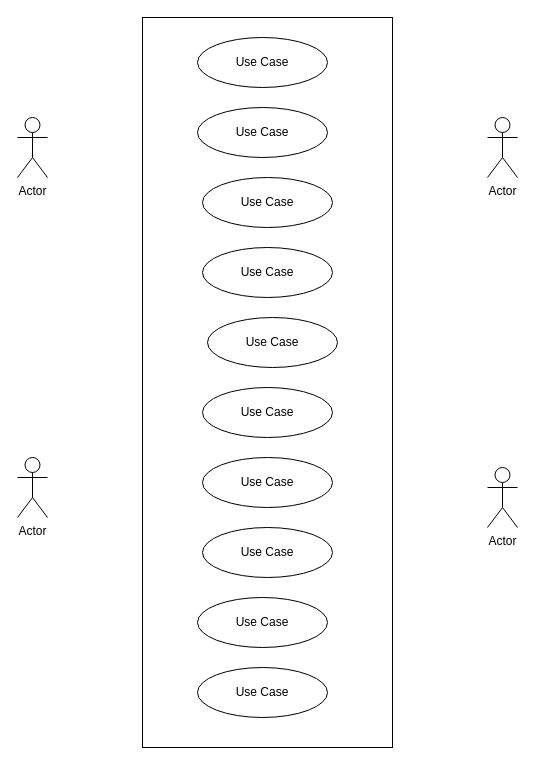
This is usecase_food_ordering.drawio from sanjaykumardk/drawio, a draw.io file, before an edit. Source tidied: cells renumbered, new cells numbered last; positions are measured from the earlier drawing's top-left corner, leaving out a move shared by most shapes. Both pictures are drawn from the tidied source at 100%, with x=0, y=0 at pixel (17, 17).
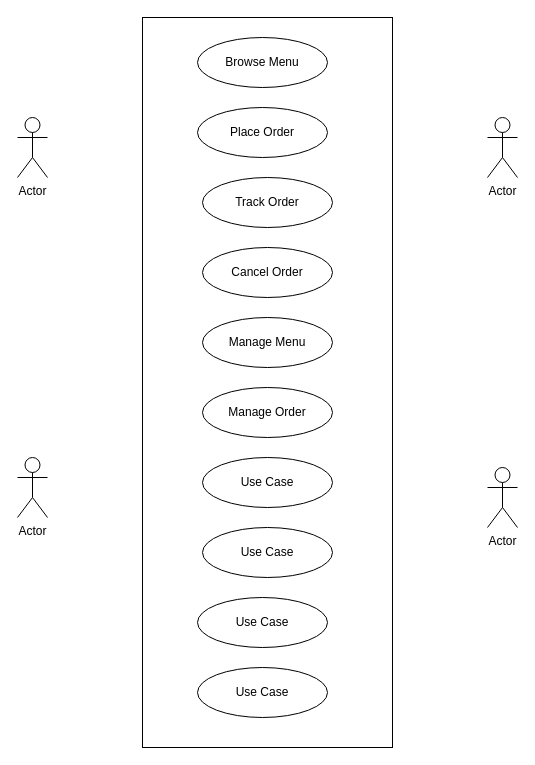
The same diagram, later.

Change to the diagram source:
```diff
@@
 <mxGraphModel>
   <root>
     <mxCell id="0" />
     <mxCell id="1" parent="0" />
     <mxCell id="2" value="Actor" style="shape=umlActor;verticalLabelPosition=bottom;verticalAlign=top;html=1;" parent="1" vertex="1">
       <mxGeometry y="100" width="30" height="60" as="geometry" />
     </mxCell>
     <mxCell id="3" value="Actor" style="shape=umlActor;verticalLabelPosition=bottom;verticalAlign=top;html=1;" parent="1" vertex="1">
       <mxGeometry y="440" width="30" height="60" as="geometry" />
     </mxCell>
     <mxCell id="4" value="Actor" style="shape=umlActor;verticalLabelPosition=bottom;verticalAlign=top;html=1;" parent="1" vertex="1">
       <mxGeometry x="470" y="100" width="30" height="60" as="geometry" />
     </mxCell>
     <mxCell id="5" value="Actor" style="shape=umlActor;verticalLabelPosition=bottom;verticalAlign=top;html=1;" parent="1" vertex="1">
       <mxGeometry x="470" y="450" width="30" height="60" as="geometry" />
     </mxCell>
     <mxCell id="6" style="rounded=0;whiteSpace=wrap;html=1;" parent="1" vertex="1">
       <mxGeometry x="125" width="250" height="730" as="geometry" />
     </mxCell>
-    <mxCell id="7" value="Use Case" style="ellipse;whiteSpace=wrap;html=1;" parent="1" vertex="1">
+    <mxCell id="7" value="Track Order" style="ellipse;whiteSpace=wrap;html=1;" parent="1" vertex="1">
       <mxGeometry x="185" y="160" width="130" height="50" as="geometry" />
     </mxCell>
-    <mxCell id="8" value="Use Case" style="ellipse;whiteSpace=wrap;html=1;" parent="1" vertex="1">
+    <mxCell id="8" value="Cancel Order" style="ellipse;whiteSpace=wrap;html=1;" parent="1" vertex="1">
       <mxGeometry x="185" y="230" width="130" height="50" as="geometry" />
     </mxCell>
-    <mxCell id="9" value="Use Case" style="ellipse;whiteSpace=wrap;html=1;" parent="1" vertex="1">
-      <mxGeometry x="190" y="300" width="130" height="50" as="geometry" />
+    <mxCell id="9" value="Manage Menu" style="ellipse;whiteSpace=wrap;html=1;" parent="1" vertex="1">
+      <mxGeometry x="185" y="300" width="130" height="50" as="geometry" />
     </mxCell>
-    <mxCell id="10" value="Use Case" style="ellipse;whiteSpace=wrap;html=1;" parent="1" vertex="1">
+    <mxCell id="10" value="Manage Order" style="ellipse;whiteSpace=wrap;html=1;" parent="1" vertex="1">
       <mxGeometry x="185" y="370" width="130" height="50" as="geometry" />
     </mxCell>
     <mxCell id="11" value="Use Case" style="ellipse;whiteSpace=wrap;html=1;" parent="1" vertex="1">
       <mxGeometry x="185" y="440" width="130" height="50" as="geometry" />
     </mxCell>
     <mxCell id="12" value="Use Case" style="ellipse;whiteSpace=wrap;html=1;" parent="1" vertex="1">
       <mxGeometry x="185" y="510" width="130" height="50" as="geometry" />
     </mxCell>
-    <mxCell id="13" value="Use Case" style="ellipse;whiteSpace=wrap;html=1;" parent="1" vertex="1">
+    <mxCell id="13" value="Place Order" style="ellipse;whiteSpace=wrap;html=1;" parent="1" vertex="1">
       <mxGeometry x="180" y="90" width="130" height="50" as="geometry" />
     </mxCell>
-    <mxCell id="14" value="Use Case" style="ellipse;whiteSpace=wrap;html=1;" parent="1" vertex="1">
+    <mxCell id="14" value="Browse Menu" style="ellipse;whiteSpace=wrap;html=1;" parent="1" vertex="1">
       <mxGeometry x="180" y="20" width="130" height="50" as="geometry" />
     </mxCell>
     <mxCell id="15" value="Use Case" style="ellipse;whiteSpace=wrap;html=1;" parent="1" vertex="1">
       <mxGeometry x="180" y="580" width="130" height="50" as="geometry" />
     </mxCell>
     <mxCell id="16" value="Use Case" style="ellipse;whiteSpace=wrap;html=1;" parent="1" vertex="1">
       <mxGeometry x="180" y="650" width="130" height="50" as="geometry" />
     </mxCell>
   </root>
 </mxGraphModel>
```
